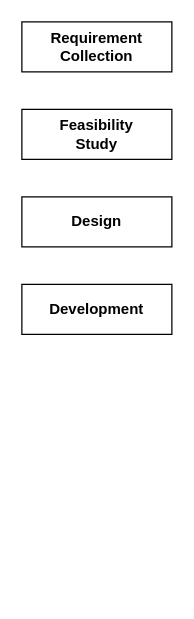
The draw.io diagram Untitled Diagram.drawio in Raj000007/Devopsproject, before the edit. Source tidied: cells renumbered, new cells numbered last; positions are measured from the earlier drawing's top-left corner, leaving out a move shared by most shapes. Both pictures are drawn from the tidied source at 125%, with x=0, y=0 at pixel (21, 21).
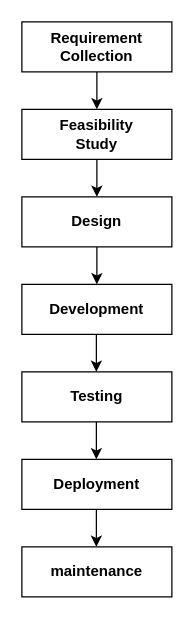
After the change.

Change to the diagram source:
```diff
@@
 <mxGraphModel>
   <root>
     <mxCell id="0" />
     <mxCell id="1" parent="0" />
     <mxCell id="2" value="&lt;b&gt;Requirement Collection&lt;/b&gt;" style="rounded=0;whiteSpace=wrap;html=1;" parent="1" vertex="1">
       <mxGeometry width="120" height="40" as="geometry" />
     </mxCell>
     <mxCell id="3" value="&lt;b&gt;Design&lt;/b&gt;" style="rounded=0;whiteSpace=wrap;html=1;" parent="1" vertex="1">
       <mxGeometry y="140" width="120" height="40" as="geometry" />
     </mxCell>
     <mxCell id="4" value="&lt;b&gt;Feasibility &lt;br&gt;Study&lt;/b&gt;" style="rounded=0;whiteSpace=wrap;html=1;" parent="1" vertex="1">
       <mxGeometry y="70" width="120" height="40" as="geometry" />
     </mxCell>
     <mxCell id="5" value="&lt;b&gt;Development&lt;/b&gt;" style="rounded=0;whiteSpace=wrap;html=1;" parent="1" vertex="1">
       <mxGeometry y="210" width="120" height="40" as="geometry" />
     </mxCell>
+    <mxCell id="6" style="endArrow=classic;html=1;rounded=0;exitX=0.5;exitY=1;exitDx=0;exitDy=0;entryX=0.5;entryY=0;entryDx=0;entryDy=0;" parent="1" edge="1" source="2" target="4">
+      <mxGeometry relative="1" as="geometry" />
+    </mxCell>
+    <mxCell id="7" style="endArrow=classic;html=1;rounded=0;entryX=0.5;entryY=0;entryDx=0;entryDy=0;" parent="1" edge="1" target="3">
+      <mxGeometry relative="1" as="geometry">
+        <mxPoint x="60" y="110" as="sourcePoint" />
+      </mxGeometry>
+    </mxCell>
+    <mxCell id="8" style="endArrow=classic;html=1;rounded=0;entryX=0.5;entryY=0;entryDx=0;entryDy=0;exitX=0.5;exitY=1;exitDx=0;exitDy=0;" parent="1" edge="1" source="3" target="5">
+      <mxGeometry relative="1" as="geometry" />
+    </mxCell>
+    <mxCell id="9" value="&lt;b&gt;Testing&lt;/b&gt;" style="rounded=0;whiteSpace=wrap;html=1;" parent="1" vertex="1">
+      <mxGeometry y="280" width="120" height="40" as="geometry" />
+    </mxCell>
+    <mxCell id="10" value="&lt;b&gt;Deployment&lt;/b&gt;" style="rounded=0;whiteSpace=wrap;html=1;" parent="1" vertex="1">
+      <mxGeometry y="350" width="120" height="40" as="geometry" />
+    </mxCell>
+    <mxCell id="11" value="&lt;b&gt;maintenance&lt;/b&gt;" style="rounded=0;whiteSpace=wrap;html=1;" parent="1" vertex="1">
+      <mxGeometry y="420" width="120" height="40" as="geometry" />
+    </mxCell>
+    <mxCell id="12" style="endArrow=classic;html=1;rounded=0;entryX=0.5;entryY=0;entryDx=0;entryDy=0;exitX=0.5;exitY=1;exitDx=0;exitDy=0;" parent="1" edge="1">
+      <mxGeometry relative="1" as="geometry">
+        <mxPoint x="59.6" y="250" as="sourcePoint" />
+        <mxPoint x="59.6" y="280" as="targetPoint" />
+      </mxGeometry>
+    </mxCell>
+    <mxCell id="13" style="endArrow=classic;html=1;rounded=0;entryX=0.5;entryY=0;entryDx=0;entryDy=0;exitX=0.5;exitY=1;exitDx=0;exitDy=0;" parent="1" edge="1">
+      <mxGeometry relative="1" as="geometry">
+        <mxPoint x="59.6" y="320" as="sourcePoint" />
+        <mxPoint x="59.6" y="350" as="targetPoint" />
+      </mxGeometry>
+    </mxCell>
+    <mxCell id="14" style="endArrow=classic;html=1;rounded=0;entryX=0.5;entryY=0;entryDx=0;entryDy=0;exitX=0.5;exitY=1;exitDx=0;exitDy=0;" parent="1" edge="1">
+      <mxGeometry relative="1" as="geometry">
+        <mxPoint x="59.6" y="390" as="sourcePoint" />
+        <mxPoint x="59.6" y="420" as="targetPoint" />
+      </mxGeometry>
+    </mxCell>
   </root>
 </mxGraphModel>
```
